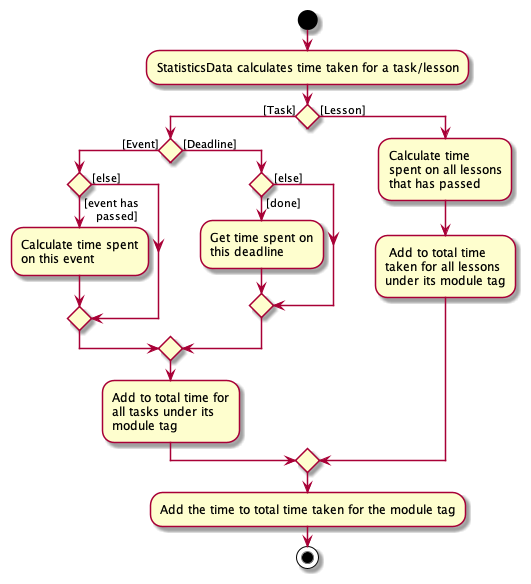
Before: docs/images/TimeAnalysisActivityDiagram.png, a diagram exported from PlantUML (nus-cs2103-AY2021S1/tp). Its diagram source:
```plantuml
@startuml
start
:StatisticsData calculates time taken for a task/lesson;


if () then ([Task])
    if () then ([Event])
        if () then ([event has
    passed])
            :Calculate time spent
            on this event;
        else ([else])
        endif
    else ([Deadline])
        if () then ([done])
            :Get time spent on
            this deadline;
        else ([else])
        endif
    endif
    :Add to total time for
    all tasks under its
    module tag;
else ([Lesson])
    :Calculate time
    spent on all lessons
    that has passed;
    : Add to total time
    taken for all lessons
    under its module tag;
endif
    :Add the time to total time taken for the module tag;
stop
@enduml
```
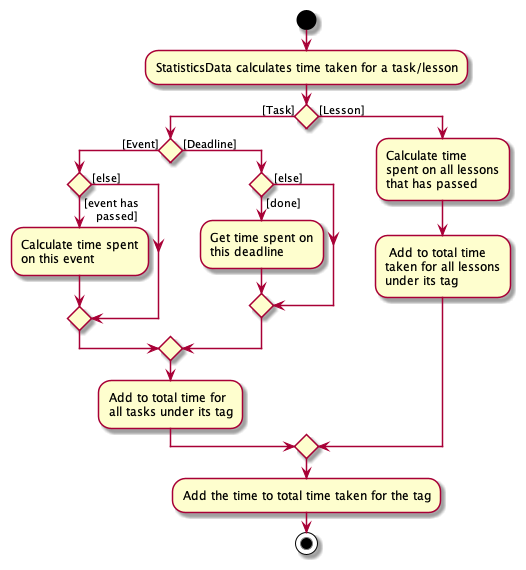
Above is the later version.

Commit message:
update the activity diagram

What changed in the source:
```diff
@@ -19,16 +19,15 @@
         endif
     endif
     :Add to total time for
-    all tasks under its
-    module tag;
+    all tasks under its tag;
 else ([Lesson])
     :Calculate time
     spent on all lessons
     that has passed;
     : Add to total time
     taken for all lessons
-    under its module tag;
+    under its tag;
 endif
-    :Add the time to total time taken for the module tag;
+    :Add the time to total time taken for the tag;
 stop
 @enduml
```
